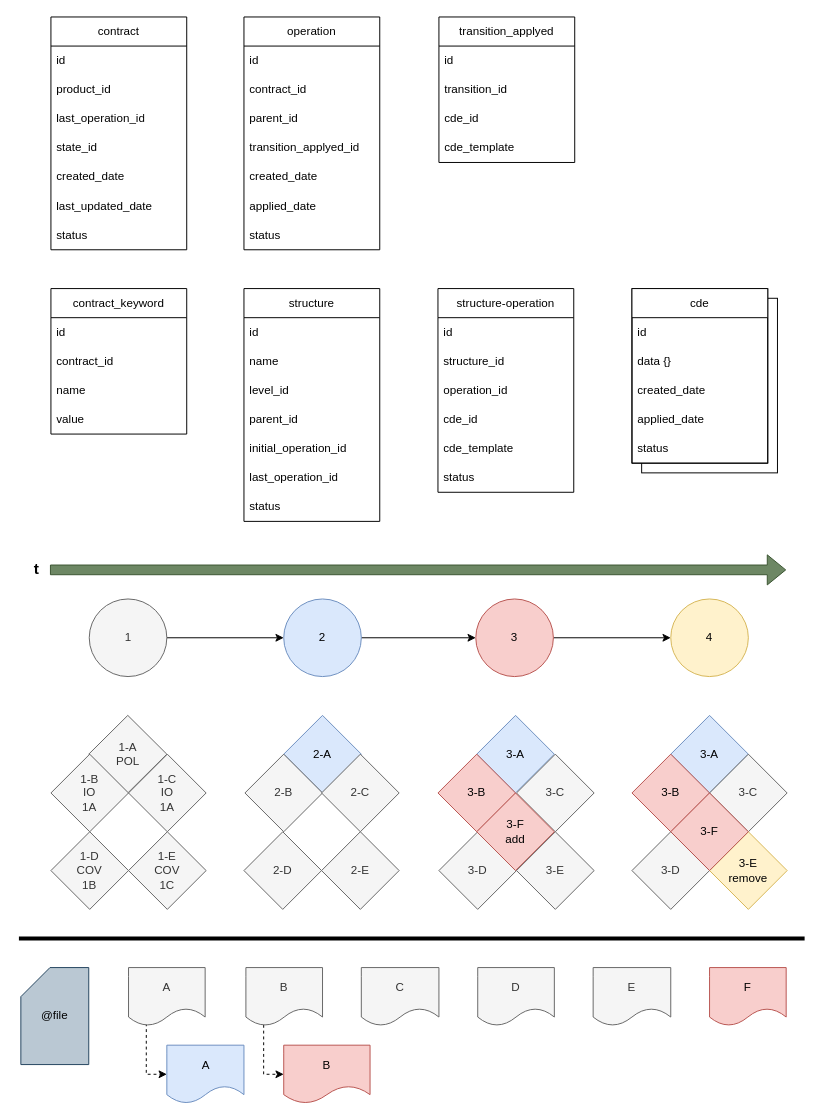
Above: page "Página-2" (2 of 4) of event.drawio in saman-core/docs (draw.io), before the change. Source tidied: cells renumbered, new cells numbered last; positions are measured from the earlier drawing's top-left corner, leaving out a move shared by most shapes. Both pictures are drawn from the tidied source at 97%, with x=0, y=0 at pixel (18, 16).
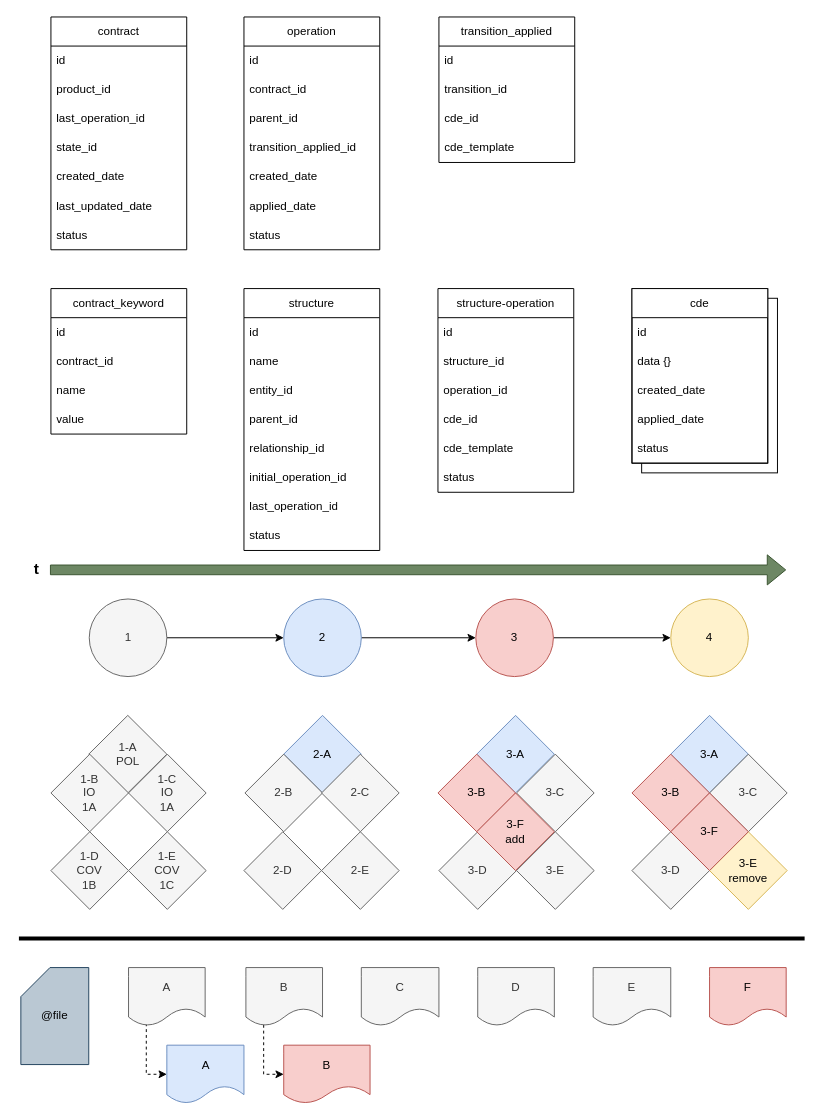
Above is the later version.

The change refers to these unchanged cells:
```xml
<mxCell id="43" value="operation" style="swimlane;fontStyle=0;horizontal=1;startSize=30;whiteSpace=wrap;html=1;" parent="1" vertex="1">
  <mxGeometry x="232" width="140" height="240" as="geometry" />
</mxCell>
```

What changed in the source:
```diff
@@
-    <mxCell id="47" value="&lt;span style=&quot;text-align: center;&quot;&gt;transition_applyed_id&lt;/span&gt;" style="text;align=left;verticalAlign=middle;spacingLeft=4;spacingRight=4;overflow=hidden;whiteSpace=wrap;html=1;" parent="43" vertex="1">
+    <mxCell id="47" value="&lt;span style=&quot;text-align: center;&quot;&gt;transition_applied_id&lt;/span&gt;" style="text;align=left;verticalAlign=middle;spacingLeft=4;spacingRight=4;overflow=hidden;whiteSpace=wrap;html=1;" parent="43" vertex="1">
       <mxGeometry y="120" width="140" height="30" as="geometry" />
     </mxCell>
@@
-    <mxCell id="67" value="transition_applyed" style="swimlane;fontStyle=0;horizontal=1;startSize=30;whiteSpace=wrap;html=1;" parent="1" vertex="1">
+    <mxCell id="67" value="transition_applied" style="swimlane;fontStyle=0;horizontal=1;startSize=30;whiteSpace=wrap;html=1;" parent="1" vertex="1">
       <mxGeometry x="433" width="140" height="150" as="geometry" />
     </mxCell>
@@
     <mxCell id="86" value="&lt;span style=&quot;text-align: left;&quot;&gt;structure&lt;/span&gt;" style="swimlane;fontStyle=0;horizontal=1;startSize=30;whiteSpace=wrap;html=1;" parent="1" vertex="1">
-      <mxGeometry x="232" y="280" width="140" height="240" as="geometry" />
+      <mxGeometry x="232" y="280" width="140" height="270" as="geometry" />
     </mxCell>
@@
-    <mxCell id="89" value="level_id" style="text;strokeColor=none;fillColor=none;align=left;verticalAlign=middle;spacingLeft=4;spacingRight=4;overflow=hidden;whiteSpace=wrap;html=1;" parent="86" vertex="1">
+    <mxCell id="89" value="entity_id" style="text;strokeColor=none;fillColor=none;align=left;verticalAlign=middle;spacingLeft=4;spacingRight=4;overflow=hidden;whiteSpace=wrap;html=1;" parent="86" vertex="1">
       <mxGeometry y="90" width="140" height="30" as="geometry" />
     </mxCell>
@@
+    <mxCell id="94" value="relationship_id" style="text;strokeColor=none;fillColor=none;align=left;verticalAlign=middle;spacingLeft=4;spacingRight=4;overflow=hidden;whiteSpace=wrap;html=1;" parent="86" vertex="1">
+      <mxGeometry y="150" width="140" height="30" as="geometry" />
+    </mxCell>
     <mxCell id="91" value="initial_operation_id" style="text;strokeColor=none;fillColor=none;align=left;verticalAlign=middle;spacingLeft=4;spacingRight=4;overflow=hidden;whiteSpace=wrap;html=1;" parent="86" vertex="1">
-      <mxGeometry y="150" width="140" height="30" as="geometry" />
+      <mxGeometry y="180" width="140" height="30" as="geometry" />
     </mxCell>
     <mxCell id="92" value="last_operation_id" style="text;strokeColor=none;fillColor=none;align=left;verticalAlign=middle;spacingLeft=4;spacingRight=4;overflow=hidden;whiteSpace=wrap;html=1;" parent="86" vertex="1">
-      <mxGeometry y="180" width="140" height="30" as="geometry" />
+      <mxGeometry y="210" width="140" height="30" as="geometry" />
     </mxCell>
     <mxCell id="93" value="status" style="text;strokeColor=none;fillColor=none;align=left;verticalAlign=middle;spacingLeft=4;spacingRight=4;overflow=hidden;whiteSpace=wrap;html=1;" parent="86" vertex="1">
-      <mxGeometry y="210" width="140" height="30" as="geometry" />
+      <mxGeometry y="240" width="140" height="30" as="geometry" />
     </mxCell>
```
